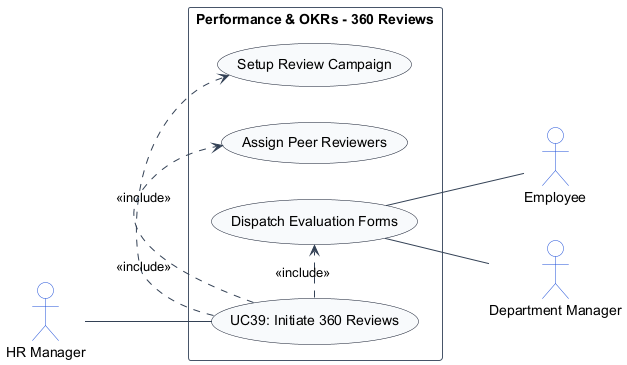
Earlier version of the PlantUML export usecase_images/module_05_performance_okrs/UC39.png (TamBui1706/HRPlatform). Source of this version:
```plantuml
@startuml
left to right direction
skinparam shadowing false
skinparam packageStyle rectangle
skinparam actorStyle stickman

skinparam ArrowColor #334155
skinparam ActorBorderColor #1d4ed8
skinparam ActorBackgroundColor #ffffff
skinparam UsecaseBorderColor #0f172a
skinparam UsecaseBackgroundColor #f8fafc
skinparam RectangleBorderColor #475569
skinparam RectangleBackgroundColor #ffffff

actor "HR Manager" as HRManager
actor "Employee" as Employee
actor "Department Manager" as DepartmentManager

rectangle "Performance & OKRs - 360 Reviews" {
    usecase "UC39: Initiate 360 Reviews" as UC_Main
    usecase "Setup Review Campaign" as UC_SetupCam
    usecase "Assign Peer Reviewers" as UC_AssignPeers
    usecase "Dispatch Evaluation Forms" as UC_DispatchForms

    HRManager -- UC_Main
    UC_Main .> UC_SetupCam : <<include>>
    UC_Main .> UC_AssignPeers : <<include>>
    UC_Main .> UC_DispatchForms : <<include>>
    UC_DispatchForms -- Employee
    UC_DispatchForms -- DepartmentManager
}
@enduml
```
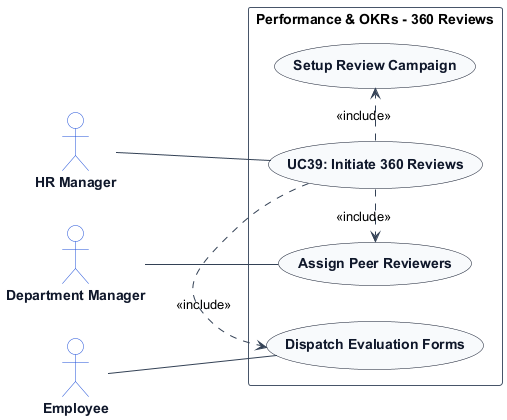
After the change.

Diff of the diagram source:
```diff
@@ -7,14 +7,20 @@
 skinparam ArrowColor #334155
 skinparam ActorBorderColor #1d4ed8
 skinparam ActorBackgroundColor #ffffff
+skinparam ActorFontColor #0f172a
+skinparam ActorFontStyle bold
+
 skinparam UsecaseBorderColor #0f172a
 skinparam UsecaseBackgroundColor #f8fafc
+skinparam UsecaseFontColor #0f172a
+skinparam UsecaseFontStyle bold
+
 skinparam RectangleBorderColor #475569
 skinparam RectangleBackgroundColor #ffffff
 
 actor "HR Manager" as HRManager
+actor "Department Manager" as DepartmentManager
 actor "Employee" as Employee
-actor "Department Manager" as DepartmentManager
 
 rectangle "Performance & OKRs - 360 Reviews" {
     usecase "UC39: Initiate 360 Reviews" as UC_Main
@@ -23,10 +29,10 @@
     usecase "Dispatch Evaluation Forms" as UC_DispatchForms
 
     HRManager -- UC_Main
+    DepartmentManager -- UC_AssignPeers
+    Employee -- UC_DispatchForms
     UC_Main .> UC_SetupCam : <<include>>
     UC_Main .> UC_AssignPeers : <<include>>
     UC_Main .> UC_DispatchForms : <<include>>
-    UC_DispatchForms -- Employee
-    UC_DispatchForms -- DepartmentManager
 }
 @enduml
```
